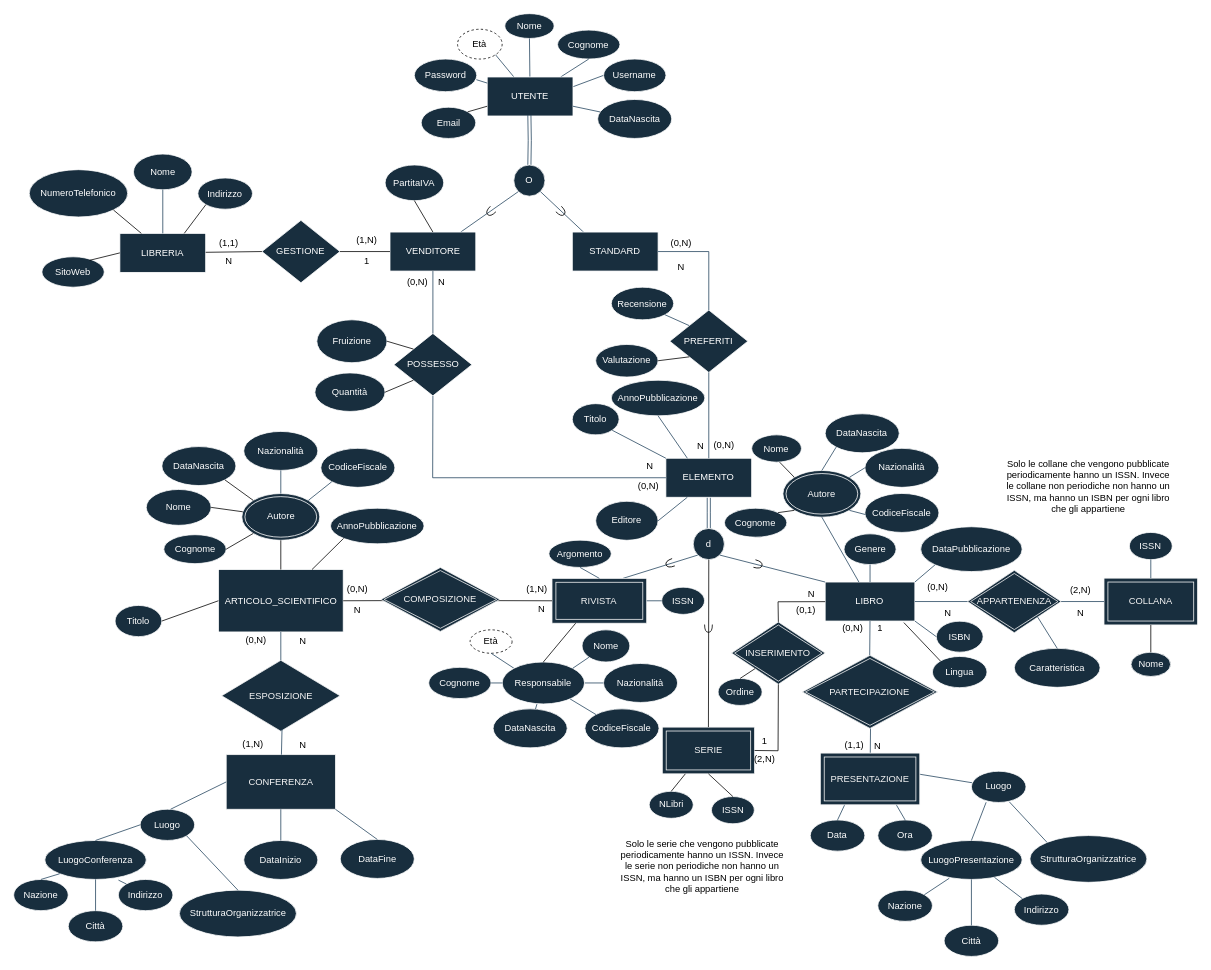
Giovk/Sistema-di-una-Bibleoteca-Digitale keeps this draw.io diagram as DiagrammaER v1.3.1.drawio. Above is the earlier version. Source tidied: cells renumbered, new cells numbered last; positions are measured from the earlier drawing's top-left corner, leaving out a move shared by most shapes. Both pictures are drawn from the tidied source at 78%, with x=0, y=0 at pixel (13, 13).
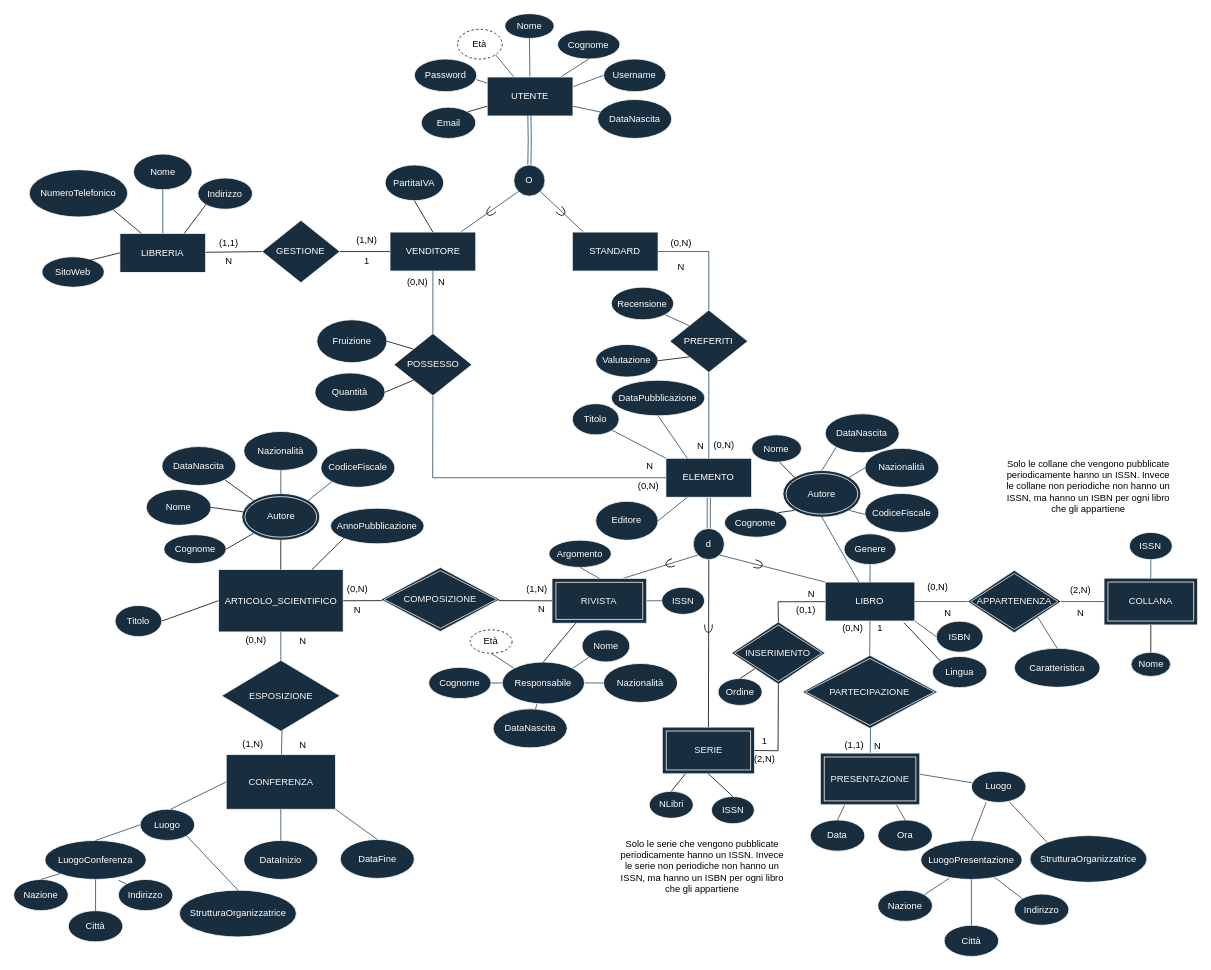
The same page after the edit.

The change refers to these unchanged cells:
```xml
<mxCell id="5" value="LIBRO" style="rounded=0;whiteSpace=wrap;html=1;fillColor=#182E3E;strokeColor=#FFFFFF;fontColor=#FFFFFF;" parent="1" vertex="1">
  <mxGeometry x="1040.4" y="728.7" width="115" height="50" as="geometry" />
</mxCell>
<mxCell id="71" value="Responsabile" style="ellipse;whiteSpace=wrap;html=1;fillColor=#182E3E;strokeColor=#FFFFFF;fontColor=#FFFFFF;" parent="1" vertex="1">
  <mxGeometry x="626.3" y="831.2" width="105.6" height="53.8" as="geometry" />
</mxCell>
```

What changed in the source:
```diff
@@
-    <mxCell id="8" value="AnnoPubblicazione" style="ellipse;whiteSpace=wrap;html=1;fillColor=#182E3E;strokeColor=#FFFFFF;fontColor=#FFFFFF;" parent="1" vertex="1">
+    <mxCell id="8" value="DataPubblicazione" style="ellipse;whiteSpace=wrap;html=1;fillColor=#182E3E;strokeColor=#FFFFFF;fontColor=#FFFFFF;" parent="1" vertex="1">
       <mxGeometry x="766.2" y="470" width="120" height="45.6" as="geometry" />
     </mxCell>
@@
-    <mxCell id="19" value="DataPubblicazione" style="ellipse;whiteSpace=wrap;html=1;fillColor=#182E3E;strokeColor=#FFFFFF;fontColor=#FFFFFF;" parent="1" vertex="1">
-      <mxGeometry x="1162.9" y="657.8" width="130" height="57.5" as="geometry" />
-    </mxCell>
@@
-    <mxCell id="39" style="endArrow=none;html=1;rounded=0;entryX=0;entryY=1;entryDx=0;entryDy=0;labelBackgroundColor=#FCE7CD;strokeColor=#23445D;exitX=1;exitY=0;exitDx=0;exitDy=0;" parent="1" edge="1" source="5" target="19">
-      <mxGeometry relative="1" as="geometry" />
-    </mxCell>
@@
-    <mxCell id="66" value="CodiceFiscale" style="ellipse;whiteSpace=wrap;html=1;fillColor=#182E3E;strokeColor=#FFFFFF;fontColor=#FFFFFF;" parent="1" vertex="1">
-      <mxGeometry x="732.4" y="891.3" width="95" height="50" as="geometry" />
-    </mxCell>
@@
-    <mxCell id="72" style="endArrow=none;html=1;rounded=0;strokeColor=#23445D;fontColor=#000000;exitX=0;exitY=0;exitDx=0;exitDy=0;" parent="1" edge="1" source="66" target="71">
-      <mxGeometry relative="1" as="geometry" />
-    </mxCell>
```
